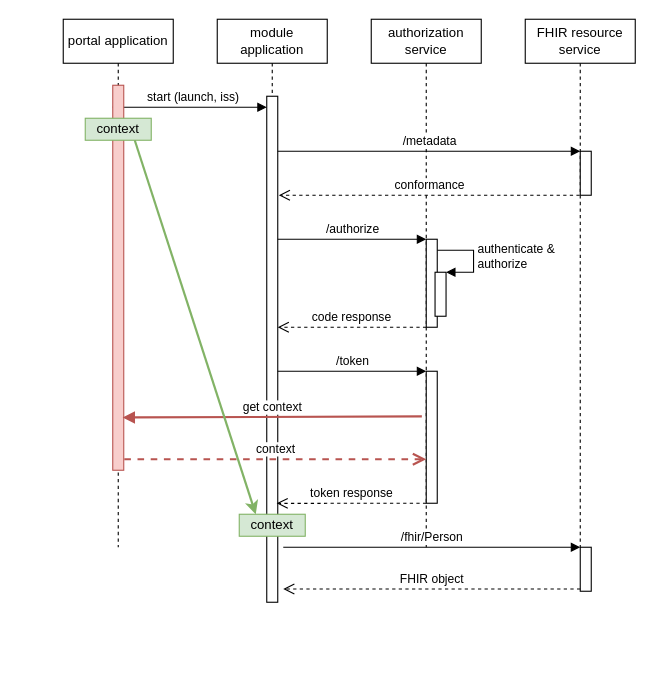
Koppeltaal/Koppeltaal-2.0-SMART-HTI-On-FHIR keeps this draw.io diagram as diagrams/SMART on FHIR Application Launch Framework - Context.drawio. Above is the earlier version. Source tidied: cells renumbered, new cells numbered last; positions are measured from the earlier drawing's top-left corner, leaving out a move shared by most shapes. Both pictures are drawn from the tidied source at 110%, with x=0, y=0 at pixel (63, 19).
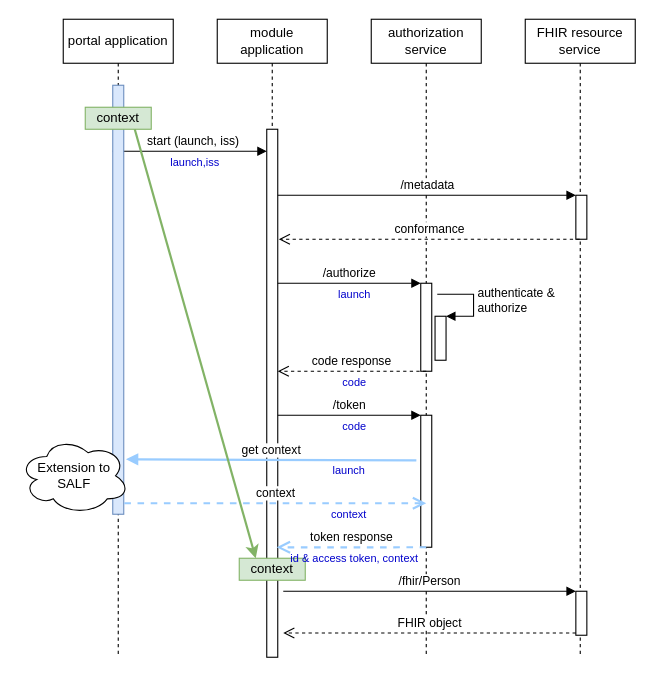
The same page after the edit.

The edit, as a diff of the source:
```diff
@@
     <mxCell id="2" value="module application" style="shape=umlLifeline;perimeter=lifelinePerimeter;whiteSpace=wrap;html=1;" parent="1" vertex="1">
-      <mxGeometry x="140" width="100" height="530" as="geometry" />
+      <mxGeometry x="140" width="100" height="580" as="geometry" />
     </mxCell>
     <mxCell id="3" style="html=1;points=[];perimeter=orthogonalPerimeter;" parent="2" vertex="1">
-      <mxGeometry x="45" y="70" width="10" height="460" as="geometry" />
+      <mxGeometry x="45" y="100" width="10" height="480" as="geometry" />
     </mxCell>
     <mxCell id="4" value="portal application" style="shape=umlLifeline;perimeter=lifelinePerimeter;whiteSpace=wrap;html=1;outlineConnect=0;" parent="1" vertex="1">
-      <mxGeometry width="100" height="480" as="geometry" />
+      <mxGeometry width="100" height="580" as="geometry" />
     </mxCell>
     <mxCell id="5" value="authorization service" style="shape=umlLifeline;perimeter=lifelinePerimeter;whiteSpace=wrap;html=1;" parent="1" vertex="1">
-      <mxGeometry x="280" width="100" height="480" as="geometry" />
+      <mxGeometry x="280" width="100" height="580" as="geometry" />
     </mxCell>
     <mxCell id="6" value="FHIR resource service" style="shape=umlLifeline;perimeter=lifelinePerimeter;whiteSpace=wrap;html=1;outlineConnect=0;" parent="1" vertex="1">
-      <mxGeometry x="420" width="100" height="480" as="geometry" />
+      <mxGeometry x="420" width="100" height="580" as="geometry" />
     </mxCell>
-    <mxCell id="7" value="start (launch, iss)" style="html=1;verticalAlign=bottom;startArrow=oval;endArrow=block;startSize=8;" parent="1" edge="1" source="4" target="3">
+    <mxCell id="7" value="start (launch, iss)" style="html=1;verticalAlign=bottom;startArrow=oval;endArrow=block;startSize=8;" parent="1" edge="1">
       <mxGeometry relative="1" as="geometry">
+        <mxPoint x="49.5" y="120" as="sourcePoint" />
+        <mxPoint x="185" y="120" as="targetPoint" />
         <Array as="points">
-          <mxPoint x="140" y="80" />
+          <mxPoint x="140" y="120" />
         </Array>
       </mxGeometry>
     </mxCell>
     <mxCell id="8" style="html=1;points=[];perimeter=orthogonalPerimeter;" parent="1" vertex="1">
-      <mxGeometry x="470" y="120" width="10" height="40" as="geometry" />
+      <mxGeometry x="466" y="160" width="10" height="40" as="geometry" />
     </mxCell>
-    <mxCell id="9" value="/metadata" style="html=1;verticalAlign=bottom;endArrow=block;entryX=0;entryY=0;" parent="1" edge="1" source="3" target="8">
-      <mxGeometry relative="1" as="geometry" />
+    <mxCell id="9" value="/metadata" style="html=1;verticalAlign=bottom;endArrow=block;entryX=0;entryY=0;" parent="1" edge="1" target="8">
+      <mxGeometry relative="1" as="geometry">
+        <mxPoint x="195" y="160" as="sourcePoint" />
+      </mxGeometry>
     </mxCell>
-    <mxCell id="10" value="conformance" style="html=1;verticalAlign=bottom;endArrow=open;dashed=1;endSize=8;" parent="1" edge="1" source="6">
+    <mxCell id="10" value="conformance" style="html=1;verticalAlign=bottom;endArrow=open;dashed=1;endSize=8;" parent="1" edge="1">
       <mxGeometry relative="1" as="geometry">
-        <mxPoint x="196" y="160" as="targetPoint" />
+        <mxPoint x="469.5" y="200" as="sourcePoint" />
+        <mxPoint x="196" y="200" as="targetPoint" />
         <Array as="points">
-          <mxPoint x="410" y="160" />
+          <mxPoint x="410" y="200" />
         </Array>
       </mxGeometry>
     </mxCell>
     <mxCell id="11" style="html=1;points=[];perimeter=orthogonalPerimeter;" parent="1" vertex="1">
-      <mxGeometry x="330" y="200" width="10" height="80" as="geometry" />
+      <mxGeometry x="325" y="240" width="10" height="80" as="geometry" />
     </mxCell>
-    <mxCell id="12" value="/authorize" style="html=1;verticalAlign=bottom;endArrow=block;entryX=0;entryY=0;" parent="1" edge="1" source="3" target="11">
-      <mxGeometry relative="1" as="geometry" />
+    <mxCell id="12" value="/authorize" style="html=1;verticalAlign=bottom;endArrow=block;entryX=0;entryY=0;" parent="1" edge="1" target="11">
+      <mxGeometry relative="1" as="geometry">
+        <mxPoint x="195" y="240" as="sourcePoint" />
+      </mxGeometry>
     </mxCell>
     <mxCell id="13" value="code response" style="html=1;verticalAlign=bottom;endArrow=open;dashed=1;endSize=8;exitX=0;exitY=0.95;" parent="1" edge="1">
       <mxGeometry relative="1" as="geometry">
-        <mxPoint x="330" y="280" as="sourcePoint" />
-        <mxPoint x="195" y="280" as="targetPoint" />
+        <mxPoint x="330" y="320" as="sourcePoint" />
+        <mxPoint x="195" y="320" as="targetPoint" />
       </mxGeometry>
     </mxCell>
     <mxCell id="14" style="html=1;points=[];perimeter=orthogonalPerimeter;" parent="1" vertex="1">
-      <mxGeometry x="338" y="230" width="10" height="40" as="geometry" />
+      <mxGeometry x="338" y="270" width="10" height="40" as="geometry" />
     </mxCell>
     <mxCell id="15" value="authenticate &amp;amp; &lt;br&gt;authorize" style="edgeStyle=orthogonalEdgeStyle;html=1;align=left;spacingLeft=2;endArrow=block;rounded=0;entryX=1;entryY=0;" parent="1" edge="1" target="14">
       <mxGeometry relative="1" as="geometry">
-        <mxPoint x="340" y="210" as="sourcePoint" />
+        <mxPoint x="340" y="250" as="sourcePoint" />
         <Array as="points">
-          <mxPoint x="373" y="210" />
+          <mxPoint x="373" y="250" />
         </Array>
       </mxGeometry>
     </mxCell>
     <mxCell id="16" style="html=1;points=[];perimeter=orthogonalPerimeter;" parent="1" vertex="1">
-      <mxGeometry x="330" y="320" width="10" height="120" as="geometry" />
+      <mxGeometry x="325" y="360" width="10" height="120" as="geometry" />
     </mxCell>
     <mxCell id="17" value="/token" style="html=1;verticalAlign=bottom;endArrow=block;entryX=0;entryY=0;" parent="1" edge="1" target="16">
       <mxGeometry relative="1" as="geometry">
-        <mxPoint x="195" y="320" as="sourcePoint" />
+        <mxPoint x="195" y="360" as="sourcePoint" />
       </mxGeometry>
     </mxCell>
-    <mxCell id="18" value="token response" style="html=1;verticalAlign=bottom;endArrow=open;dashed=1;endSize=8;exitX=0;exitY=0.95;entryX=0.9;entryY=0.888;entryDx=0;entryDy=0;entryPerimeter=0;" parent="1" edge="1">
+    <mxCell id="18" value="token response" style="html=1;verticalAlign=bottom;endArrow=open;dashed=1;endSize=8;exitX=0;exitY=0.95;entryX=0.9;entryY=0.888;entryDx=0;entryDy=0;entryPerimeter=0;fillColor=#dae8fc;strokeWidth=2;strokeColor=#99CCFF;" parent="1" edge="1">
       <mxGeometry relative="1" as="geometry">
-        <mxPoint x="330" y="440" as="sourcePoint" />
-        <mxPoint x="194" y="440.1" as="targetPoint" />
+        <mxPoint x="330" y="480" as="sourcePoint" />
+        <mxPoint x="194" y="480.1" as="targetPoint" />
       </mxGeometry>
     </mxCell>
     <mxCell id="19" style="html=1;points=[];perimeter=orthogonalPerimeter;" parent="1" vertex="1">
-      <mxGeometry x="470" y="480" width="10" height="40" as="geometry" />
+      <mxGeometry x="466" y="520" width="10" height="40" as="geometry" />
     </mxCell>
     <mxCell id="20" value="/fhir/Person" style="html=1;verticalAlign=bottom;endArrow=block;entryX=0;entryY=0;exitX=1.5;exitY=0.805;exitDx=0;exitDy=0;exitPerimeter=0;" parent="1" edge="1" target="19">
       <mxGeometry relative="1" as="geometry">
-        <mxPoint x="200" y="480" as="sourcePoint" />
+        <mxPoint x="200" y="520" as="sourcePoint" />
       </mxGeometry>
     </mxCell>
     <mxCell id="21" value="FHIR object" style="html=1;verticalAlign=bottom;endArrow=open;dashed=1;endSize=8;exitX=0;exitY=0.95;" parent="1" edge="1" source="19">
       <mxGeometry relative="1" as="geometry">
-        <mxPoint x="200" y="518" as="targetPoint" />
+        <mxPoint x="200" y="558" as="targetPoint" />
       </mxGeometry>
     </mxCell>
-    <mxCell id="22" style="html=1;points=[];perimeter=orthogonalPerimeter;fillColor=#f8cecc;strokeColor=#b85450;" parent="1" vertex="1">
-      <mxGeometry x="45" y="60" width="10" height="350" as="geometry" />
+    <mxCell id="22" style="html=1;points=[];perimeter=orthogonalPerimeter;fillColor=#dae8fc;strokeColor=#6c8ebf;" parent="1" vertex="1">
+      <mxGeometry x="45" y="60" width="10" height="390" as="geometry" />
     </mxCell>
-    <mxCell id="23" value="get context" style="html=1;verticalAlign=bottom;endArrow=block;exitX=-0.4;exitY=0.342;exitDx=0;exitDy=0;exitPerimeter=0;fillColor=#f8cecc;strokeColor=#b85450;strokeWidth=2;entryX=0.9;entryY=0.863;entryDx=0;entryDy=0;entryPerimeter=0;" parent="1" edge="1" source="16" target="22">
+    <mxCell id="23" value="get context" style="html=1;verticalAlign=bottom;endArrow=block;exitX=-0.4;exitY=0.342;exitDx=0;exitDy=0;exitPerimeter=0;fillColor=#dae8fc;strokeWidth=2;entryX=1.2;entryY=0.872;entryDx=0;entryDy=0;entryPerimeter=0;strokeColor=#99CCFF;" parent="1" edge="1" source="16" target="22">
       <mxGeometry relative="1" as="geometry" />
     </mxCell>
-    <mxCell id="24" value="context" style="html=1;verticalAlign=bottom;endArrow=open;dashed=1;endSize=8;fillColor=#f8cecc;strokeColor=#b85450;strokeWidth=2;" parent="1" edge="1">
+    <mxCell id="24" value="context" style="html=1;verticalAlign=bottom;endArrow=open;dashed=1;endSize=8;fillColor=#dae8fc;strokeWidth=2;strokeColor=#99CCFF;" parent="1" edge="1">
       <mxGeometry relative="1" as="geometry">
-        <mxPoint x="55.5" y="400" as="sourcePoint" />
-        <mxPoint x="330" y="400" as="targetPoint" />
+        <mxPoint x="55.5" y="440" as="sourcePoint" />
+        <mxPoint x="330" y="440" as="targetPoint" />
         <Array as="points">
-          <mxPoint x="120.5" y="400" />
+          <mxPoint x="120.5" y="440" />
         </Array>
       </mxGeometry>
     </mxCell>
     <mxCell id="25" value="context" style="rounded=0;whiteSpace=wrap;html=1;fillColor=#d5e8d4;strokeColor=#82b366;" parent="1" vertex="1">
-      <mxGeometry x="20" y="90" width="60" height="20" as="geometry" />
+      <mxGeometry x="20" y="80" width="60" height="20" as="geometry" />
     </mxCell>
@@
     <mxCell id="27" value="context" style="rounded=0;whiteSpace=wrap;html=1;fillColor=#d5e8d4;strokeColor=#82b366;" parent="1" vertex="1">
-      <mxGeometry x="160" y="450" width="60" height="20" as="geometry" />
+      <mxGeometry x="160" y="490" width="60" height="20" as="geometry" />
     </mxCell>
+    <mxCell id="28" value="launch,iss" style="text;html=1;strokeColor=none;fillColor=none;align=center;verticalAlign=middle;whiteSpace=wrap;rounded=0;fontSize=10;fontColor=#0000CC;" parent="1" vertex="1">
+      <mxGeometry x="50" y="120" width="140" height="20" as="geometry" />
+    </mxCell>
+    <mxCell id="29" value="launch" style="text;html=1;strokeColor=none;fillColor=none;align=center;verticalAlign=middle;whiteSpace=wrap;rounded=0;fontSize=10;fontColor=#0000CC;" parent="1" vertex="1">
+      <mxGeometry x="200" y="240" width="130" height="20" as="geometry" />
+    </mxCell>
+    <mxCell id="30" value="code" style="text;html=1;strokeColor=none;fillColor=none;align=center;verticalAlign=middle;whiteSpace=wrap;rounded=0;fontSize=10;fontColor=#0000CC;" parent="1" vertex="1">
+      <mxGeometry x="200" y="320" width="130" height="20" as="geometry" />
+    </mxCell>
+    <mxCell id="31" value="code" style="text;html=1;strokeColor=none;fillColor=none;align=center;verticalAlign=middle;whiteSpace=wrap;rounded=0;fontSize=10;fontColor=#0000CC;" parent="1" vertex="1">
+      <mxGeometry x="200" y="360" width="130" height="20" as="geometry" />
+    </mxCell>
+    <mxCell id="32" value="id &amp;amp; access token, context" style="text;html=1;strokeColor=none;fillColor=none;align=center;verticalAlign=middle;whiteSpace=wrap;rounded=0;fontSize=10;fontColor=#0000CC;" parent="1" vertex="1">
+      <mxGeometry x="200" y="480" width="130" height="20" as="geometry" />
+    </mxCell>
+    <mxCell id="33" value="context" style="text;html=1;strokeColor=none;fillColor=none;align=center;verticalAlign=middle;whiteSpace=wrap;rounded=0;fontSize=10;fontColor=#0000CC;" parent="1" vertex="1">
+      <mxGeometry x="195" y="440" width="130" height="20" as="geometry" />
+    </mxCell>
+    <mxCell id="34" value="launch" style="text;html=1;strokeColor=none;fillColor=none;align=center;verticalAlign=middle;whiteSpace=wrap;rounded=0;fontSize=10;fontColor=#0000CC;" parent="1" vertex="1">
+      <mxGeometry x="195" y="400" width="130" height="20" as="geometry" />
+    </mxCell>
+    <mxCell id="35" value="Extension to &lt;br&gt;SALF" style="ellipse;shape=cloud;whiteSpace=wrap;html=1;" parent="1" vertex="1">
+      <mxGeometry x="-40" y="380" width="100" height="70" as="geometry" />
+    </mxCell>
```
